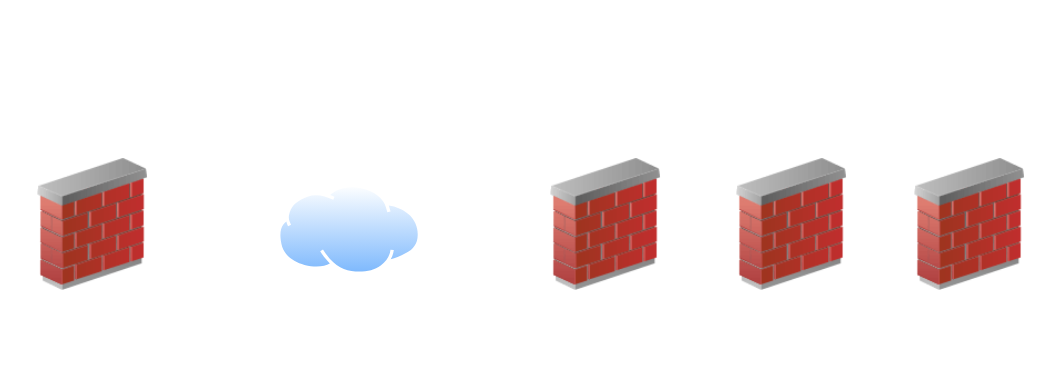
Earlier version of the draw.io diagram Untitled Diagram.drawio (GabinoJeri/GabinoJeri). Source tidied: cells renumbered, new cells numbered last; positions are measured from the earlier drawing's top-left corner, leaving out a move shared by most shapes. Both pictures are drawn from the tidied source at 100%, with x=0, y=0 at pixel (31, 158).
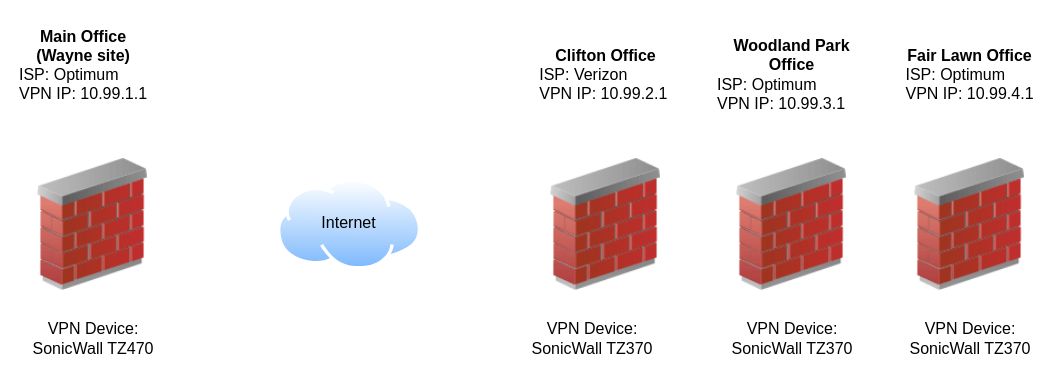
The same diagram, later.

Change to the diagram source:
```diff
@@
 <mxGraphModel>
   <root>
     <mxCell id="0" />
     <mxCell id="1" parent="0" />
     <mxCell id="2" style="image;html=1;image=img/lib/clip_art/networking/Firewall_02_128x128.png;" parent="1" vertex="1">
       <mxGeometry width="123" height="132" as="geometry" />
     </mxCell>
     <mxCell id="3" style="image;html=1;image=img/lib/clip_art/networking/Firewall_02_128x128.png;" parent="1" vertex="1">
       <mxGeometry x="513" width="123" height="132" as="geometry" />
     </mxCell>
     <mxCell id="4" style="image;html=1;image=img/lib/clip_art/networking/Firewall_02_128x128.png;" parent="1" vertex="1">
       <mxGeometry x="699" width="123" height="132" as="geometry" />
     </mxCell>
     <mxCell id="5" style="image;html=1;image=img/lib/clip_art/networking/Firewall_02_128x128.png;" parent="1" vertex="1">
       <mxGeometry x="877" width="123" height="132" as="geometry" />
     </mxCell>
     <mxCell id="6" style="image;perimeter=ellipsePerimeter;html=1;align=center;shadow=0;dashed=0;spacingTop=3;image=img/lib/active_directory/internet_cloud.svg;" parent="1" vertex="1">
-      <mxGeometry x="246" y="26" width="144.1" height="90.8" as="geometry" />
+      <mxGeometry x="246" y="20.6" width="144.1" height="90.8" as="geometry" />
     </mxCell>
+    <mxCell id="7" value="&lt;font style=&quot;color: light-dark(rgb(0, 0, 0), rgb(0, 0, 0));&quot;&gt;Internet&lt;/font&gt;" style="text;strokeColor=none;fillColor=none;html=1;align=center;verticalAlign=middle;whiteSpace=wrap;rounded=0;fontSize=16;" parent="1" vertex="1">
+      <mxGeometry x="283" y="49" width="69" height="30" as="geometry" />
+    </mxCell>
+    <mxCell id="8" value="&lt;div style=&quot;text-align: center;&quot;&gt;&lt;b&gt;Main Office&lt;/b&gt;&lt;/div&gt;&lt;div style=&quot;text-align: center;&quot;&gt;&lt;b&gt;(Wayne site)&lt;/b&gt;&lt;/div&gt;ISP: Optimum&lt;div&gt;VPN IP: 10.99.1.1&lt;/div&gt;&lt;div&gt;&lt;br&gt;&lt;/div&gt;" style="text;strokeColor=none;fillColor=none;html=1;align=left;verticalAlign=middle;whiteSpace=wrap;rounded=0;fontSize=16;" parent="1" vertex="1">
+      <mxGeometry x="-14" y="-141" width="151" height="113" as="geometry" />
+    </mxCell>
+    <mxCell id="9" value="&lt;div&gt;&lt;b&gt;Clifton Office&lt;/b&gt;&lt;/div&gt;&lt;div style=&quot;text-align: left;&quot;&gt;&lt;span style=&quot;background-color: transparent; color: light-dark(rgb(0, 0, 0), rgb(255, 255, 255));&quot;&gt;ISP: Verizon&lt;/span&gt;&lt;/div&gt;&lt;div style=&quot;text-align: left;&quot;&gt;VPN IP: 10.99.2.1&amp;nbsp;&lt;/div&gt;" style="text;strokeColor=none;fillColor=none;html=1;align=center;verticalAlign=middle;whiteSpace=wrap;rounded=0;fontSize=16;" parent="1" vertex="1">
+      <mxGeometry x="499" y="-141" width="151" height="113" as="geometry" />
+    </mxCell>
+    <mxCell id="10" value="&lt;div&gt;&lt;b&gt;Woodland Park Office&lt;/b&gt;&lt;/div&gt;&lt;div style=&quot;text-align: left;&quot;&gt;&lt;span style=&quot;background-color: transparent; color: light-dark(rgb(0, 0, 0), rgb(255, 255, 255));&quot;&gt;ISP: Optimum&lt;/span&gt;&lt;/div&gt;&lt;div style=&quot;text-align: left;&quot;&gt;VPN IP: 10.99.3.1&lt;/div&gt;" style="text;strokeColor=none;fillColor=none;html=1;align=center;verticalAlign=middle;whiteSpace=wrap;rounded=0;fontSize=16;" parent="1" vertex="1">
+      <mxGeometry x="685" y="-141" width="151" height="113" as="geometry" />
+    </mxCell>
+    <mxCell id="11" value="&lt;div&gt;&lt;b&gt;Fair Lawn Office&lt;/b&gt;&lt;/div&gt;&lt;div style=&quot;text-align: left;&quot;&gt;&lt;span style=&quot;background-color: transparent; color: light-dark(rgb(0, 0, 0), rgb(255, 255, 255));&quot;&gt;ISP: Optimum&lt;/span&gt;&lt;/div&gt;&lt;div style=&quot;text-align: left;&quot;&gt;VPN IP: 10.99.4.1&lt;/div&gt;" style="text;strokeColor=none;fillColor=none;html=1;align=center;verticalAlign=middle;whiteSpace=wrap;rounded=0;fontSize=16;" parent="1" vertex="1">
+      <mxGeometry x="863" y="-141" width="151" height="113" as="geometry" />
+    </mxCell>
+    <mxCell id="12" value="VPN Device: SonicWall TZ470" style="text;strokeColor=none;fillColor=none;html=1;align=center;verticalAlign=middle;whiteSpace=wrap;rounded=0;fontSize=16;" parent="1" vertex="1">
+      <mxGeometry x="-14" y="165" width="151.5" height="30" as="geometry" />
+    </mxCell>
+    <mxCell id="13" value="VPN Device: SonicWall TZ370" style="text;strokeColor=none;fillColor=none;html=1;align=center;verticalAlign=middle;whiteSpace=wrap;rounded=0;fontSize=16;" parent="1" vertex="1">
+      <mxGeometry x="484.5" y="165" width="151.5" height="30" as="geometry" />
+    </mxCell>
+    <mxCell id="14" value="VPN Device: SonicWall TZ370" style="text;strokeColor=none;fillColor=none;html=1;align=center;verticalAlign=middle;whiteSpace=wrap;rounded=0;fontSize=16;" parent="1" vertex="1">
+      <mxGeometry x="684.5" y="165" width="151.5" height="30" as="geometry" />
+    </mxCell>
+    <mxCell id="15" value="VPN Device: SonicWall TZ370" style="text;strokeColor=none;fillColor=none;html=1;align=center;verticalAlign=middle;whiteSpace=wrap;rounded=0;fontSize=16;" parent="1" vertex="1">
+      <mxGeometry x="862.5" y="165" width="151.5" height="30" as="geometry" />
+    </mxCell>
   </root>
 </mxGraphModel>
```
